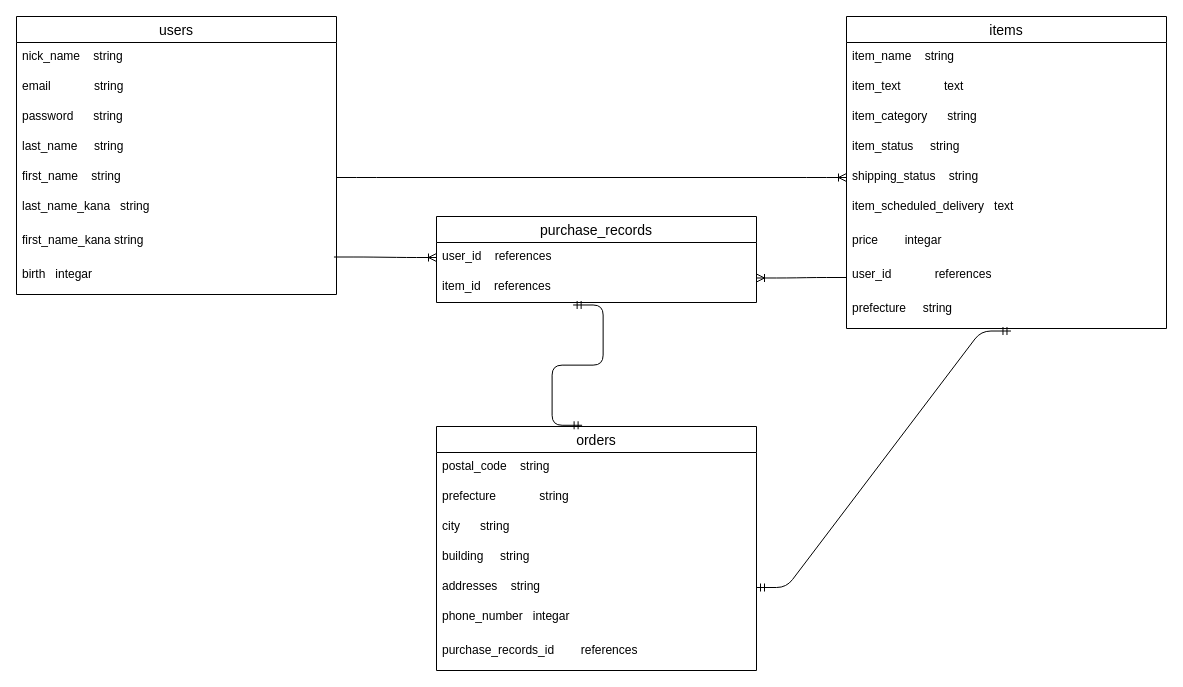
Earlier version of the draw.io diagram app/views/furima.dio (allfiction100806210913/furima-38460). Source tidied: cells renumbered, new cells numbered last; positions are measured from the earlier drawing's top-left corner, leaving out a move shared by most shapes. Both pictures are drawn from the tidied source at 100%, with x=0, y=0 at pixel (16, 16).
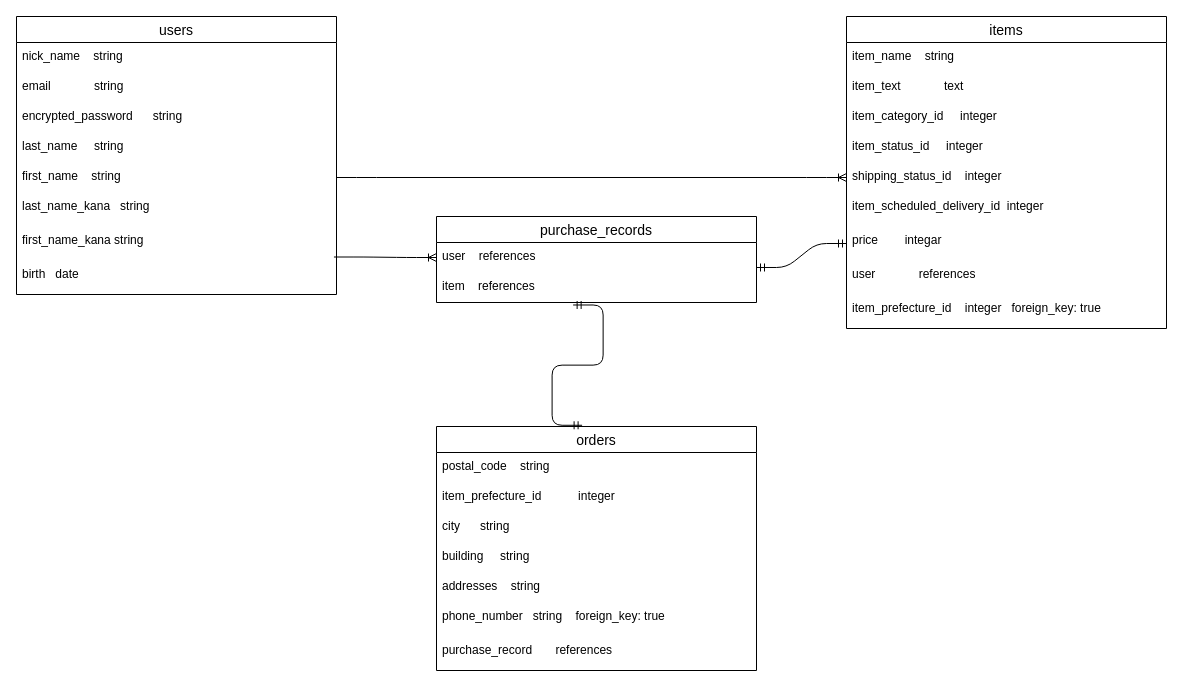
The same page after the edit.

Unchanged cells that the change refers to:
```xml
<mxCell id="2" value="users" style="swimlane;fontStyle=0;horizontal=1;startSize=26;align=center;fontSize=14;" parent="1" vertex="1">
  <mxGeometry width="320" height="278" as="geometry" />
</mxCell>
<mxCell id="11" value="items" style="swimlane;fontStyle=0;horizontal=1;startSize=26;align=center;fontSize=14;" parent="1" vertex="1">
  <mxGeometry x="830" width="320" height="312" as="geometry" />
</mxCell>
<mxCell id="18" value="price        integar" style="text;strokeColor=none;fillColor=none;spacingLeft=4;spacingRight=4;overflow=hidden;points=[[0,0.5],[1,0.5]];portConstraint=eastwest;fontSize=12;" parent="11" vertex="1">
  <mxGeometry y="210" width="320" height="34" as="geometry" />
</mxCell>
<mxCell id="21" value="orders" style="swimlane;fontStyle=0;horizontal=1;startSize=26;align=center;fontSize=14;" parent="1" vertex="1">
  <mxGeometry x="420" y="410" width="320" height="244" as="geometry" />
</mxCell>
<mxCell id="26" value="addresses    string" style="text;strokeColor=none;fillColor=none;spacingLeft=4;spacingRight=4;overflow=hidden;points=[[0,0.5],[1,0.5]];portConstraint=eastwest;fontSize=12;" parent="21" vertex="1">
  <mxGeometry y="146" width="320" height="30" as="geometry" />
</mxCell>
<mxCell id="29" value="purchase_records" style="swimlane;fontStyle=0;horizontal=1;startSize=26;align=center;fontSize=14;" parent="1" vertex="1">
  <mxGeometry x="420" y="200" width="320" height="86" as="geometry" />
</mxCell>
```

The edit, as a diff of the source:
```diff
@@
-    <mxCell id="5" value="password      string" style="text;strokeColor=none;fillColor=none;spacingLeft=4;spacingRight=4;overflow=hidden;fontSize=12;" parent="2" vertex="1">
+    <mxCell id="5" value="encrypted_password      string" style="text;strokeColor=none;fillColor=none;spacingLeft=4;spacingRight=4;overflow=hidden;fontSize=12;" parent="2" vertex="1">
       <mxGeometry y="86" width="320" height="30" as="geometry" />
     </mxCell>
@@
-    <mxCell id="10" value="birth   integar" style="text;strokeColor=none;fillColor=none;spacingLeft=4;spacingRight=4;overflow=hidden;points=[[0,0.5],[1,0.5]];portConstraint=eastwest;fontSize=12;" parent="2" vertex="1">
+    <mxCell id="10" value="birth   date" style="text;strokeColor=none;fillColor=none;spacingLeft=4;spacingRight=4;overflow=hidden;points=[[0,0.5],[1,0.5]];portConstraint=eastwest;fontSize=12;" parent="2" vertex="1">
       <mxGeometry y="244" width="320" height="34" as="geometry" />
     </mxCell>
@@
-    <mxCell id="14" value="item_category      string" style="text;strokeColor=none;fillColor=none;spacingLeft=4;spacingRight=4;overflow=hidden;fontSize=12;" parent="11" vertex="1">
+    <mxCell id="14" value="item_category_id     integer" style="text;strokeColor=none;fillColor=none;spacingLeft=4;spacingRight=4;overflow=hidden;fontSize=12;" parent="11" vertex="1">
       <mxGeometry y="86" width="320" height="30" as="geometry" />
     </mxCell>
-    <mxCell id="15" value="item_status     string" style="text;strokeColor=none;fillColor=none;spacingLeft=4;spacingRight=4;overflow=hidden;fontSize=12;" parent="11" vertex="1">
+    <mxCell id="15" value="item_status_id     integer" style="text;strokeColor=none;fillColor=none;spacingLeft=4;spacingRight=4;overflow=hidden;fontSize=12;" parent="11" vertex="1">
       <mxGeometry y="116" width="320" height="30" as="geometry" />
     </mxCell>
-    <mxCell id="16" value="shipping_status    string" style="text;strokeColor=none;fillColor=none;spacingLeft=4;spacingRight=4;overflow=hidden;points=[[0,0.5],[1,0.5]];portConstraint=eastwest;fontSize=12;" parent="11" vertex="1">
+    <mxCell id="16" value="shipping_status_id    integer" style="text;strokeColor=none;fillColor=none;spacingLeft=4;spacingRight=4;overflow=hidden;points=[[0,0.5],[1,0.5]];portConstraint=eastwest;fontSize=12;" parent="11" vertex="1">
       <mxGeometry y="146" width="320" height="30" as="geometry" />
     </mxCell>
-    <mxCell id="17" value="item_scheduled_delivery   text" style="text;strokeColor=none;fillColor=none;spacingLeft=4;spacingRight=4;overflow=hidden;fontSize=12;" parent="11" vertex="1">
+    <mxCell id="17" value="item_scheduled_delivery_id  integer" style="text;strokeColor=none;fillColor=none;spacingLeft=4;spacingRight=4;overflow=hidden;fontSize=12;" parent="11" vertex="1">
       <mxGeometry y="176" width="320" height="34" as="geometry" />
     </mxCell>
@@
-    <mxCell id="19" value="user_id             references" style="text;strokeColor=none;fillColor=none;spacingLeft=4;spacingRight=4;overflow=hidden;points=[[0,0.5],[1,0.5]];portConstraint=eastwest;fontSize=12;" parent="11" vertex="1">
+    <mxCell id="19" value="user             references" style="text;strokeColor=none;fillColor=none;spacingLeft=4;spacingRight=4;overflow=hidden;points=[[0,0.5],[1,0.5]];portConstraint=eastwest;fontSize=12;" parent="11" vertex="1">
       <mxGeometry y="244" width="320" height="34" as="geometry" />
     </mxCell>
-    <mxCell id="20" value="prefecture     string" style="text;strokeColor=none;fillColor=none;spacingLeft=4;spacingRight=4;overflow=hidden;points=[[0,0.5],[1,0.5]];portConstraint=eastwest;fontSize=12;" parent="11" vertex="1">
+    <mxCell id="20" value="item_prefecture_id    integer   foreign_key: true " style="text;strokeColor=none;fillColor=none;spacingLeft=4;spacingRight=4;overflow=hidden;points=[[0,0.5],[1,0.5]];portConstraint=eastwest;fontSize=12;" parent="11" vertex="1">
       <mxGeometry y="278" width="320" height="34" as="geometry" />
     </mxCell>
@@
-    <mxCell id="23" value="prefecture             string" style="text;strokeColor=none;fillColor=none;spacingLeft=4;spacingRight=4;overflow=hidden;fontSize=12;" parent="21" vertex="1">
+    <mxCell id="23" value=" item_prefecture_id           integer" style="text;strokeColor=none;fillColor=none;spacingLeft=4;spacingRight=4;overflow=hidden;fontSize=12;" parent="21" vertex="1">
       <mxGeometry y="56" width="320" height="30" as="geometry" />
     </mxCell>
@@
-    <mxCell id="27" value="phone_number   integar" style="text;strokeColor=none;fillColor=none;spacingLeft=4;spacingRight=4;overflow=hidden;fontSize=12;" parent="21" vertex="1">
+    <mxCell id="27" value="phone_number   string    foreign_key: true" style="text;strokeColor=none;fillColor=none;spacingLeft=4;spacingRight=4;overflow=hidden;fontSize=12;" parent="21" vertex="1">
       <mxGeometry y="176" width="320" height="34" as="geometry" />
     </mxCell>
-    <mxCell id="28" value="purchase_records_id        references" style="text;strokeColor=none;fillColor=none;spacingLeft=4;spacingRight=4;overflow=hidden;fontSize=12;" parent="21" vertex="1">
+    <mxCell id="28" value="purchase_record       references" style="text;strokeColor=none;fillColor=none;spacingLeft=4;spacingRight=4;overflow=hidden;fontSize=12;" parent="21" vertex="1">
       <mxGeometry y="210" width="320" height="34" as="geometry" />
     </mxCell>
@@
-    <mxCell id="30" value="user_id    references" style="text;strokeColor=none;fillColor=none;spacingLeft=4;spacingRight=4;overflow=hidden;points=[[0,0.5],[1,0.5]];portConstraint=eastwest;fontSize=12;" parent="29" vertex="1">
+    <mxCell id="30" value="user    references" style="text;strokeColor=none;fillColor=none;spacingLeft=4;spacingRight=4;overflow=hidden;points=[[0,0.5],[1,0.5]];portConstraint=eastwest;fontSize=12;" parent="29" vertex="1">
       <mxGeometry y="26" width="320" height="30" as="geometry" />
     </mxCell>
-    <mxCell id="31" value="item_id    references" style="text;strokeColor=none;fillColor=none;spacingLeft=4;spacingRight=4;overflow=hidden;points=[[0,0.5],[1,0.5]];portConstraint=eastwest;fontSize=12;" parent="29" vertex="1">
+    <mxCell id="31" value="item    references" style="text;strokeColor=none;fillColor=none;spacingLeft=4;spacingRight=4;overflow=hidden;points=[[0,0.5],[1,0.5]];portConstraint=eastwest;fontSize=12;" parent="29" vertex="1">
       <mxGeometry y="56" width="320" height="30" as="geometry" />
     </mxCell>
@@
-    <mxCell id="33" style="edgeStyle=entityRelationEdgeStyle;fontSize=12;html=1;endArrow=ERoneToMany;exitX=0;exitY=0.5;exitDx=0;exitDy=0;entryX=1;entryY=0.183;entryDx=0;entryDy=0;entryPerimeter=0;" parent="1" edge="1" source="19" target="31">
-      <mxGeometry relative="1" as="geometry" />
-    </mxCell>
-    <mxCell id="34" style="edgeStyle=entityRelationEdgeStyle;fontSize=12;html=1;endArrow=ERmandOne;startArrow=ERmandOne;exitX=1;exitY=0.5;exitDx=0;exitDy=0;entryX=0.514;entryY=1.074;entryDx=0;entryDy=0;entryPerimeter=0;" parent="1" edge="1" source="26" target="20">
-      <mxGeometry relative="1" as="geometry" />
-    </mxCell>
@@
+    <mxCell id="37" style="edgeStyle=entityRelationEdgeStyle;fontSize=12;html=1;endArrow=ERmandOne;startArrow=ERmandOne;exitX=1;exitY=-0.167;exitDx=0;exitDy=0;entryX=0;entryY=0.5;entryDx=0;entryDy=0;exitPerimeter=0;" parent="1" edge="1" source="31" target="18">
+      <mxGeometry relative="1" as="geometry" />
+    </mxCell>
```
